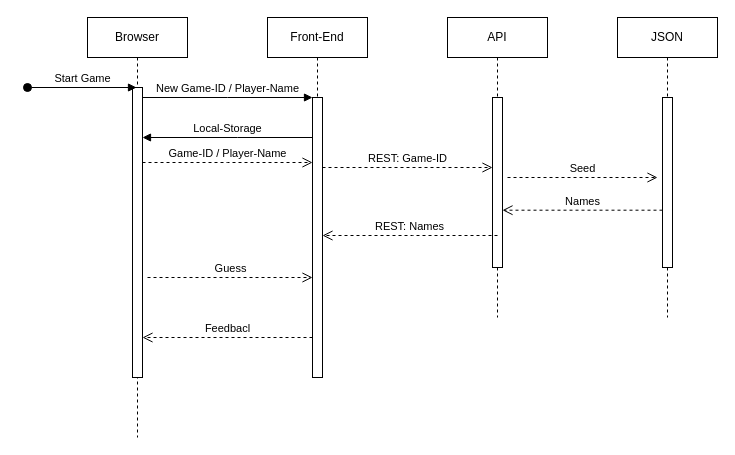
Earlier version of the draw.io diagram Sequenz Diagramm.drawio (studPe/WhoAmI). Source tidied: cells renumbered, new cells numbered last; positions are measured from the earlier drawing's top-left corner, leaving out a move shared by most shapes. Both pictures are drawn from the tidied source at 100%, with x=0, y=0 at pixel (27, 17).
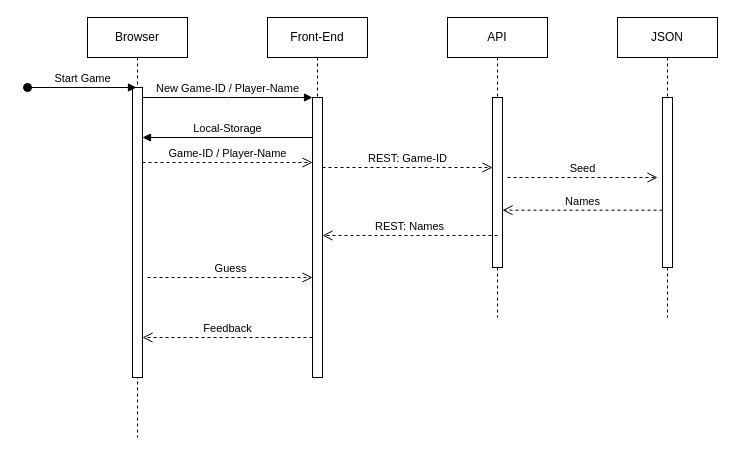
After the change.

Unchanged cells that the change refers to:
```xml
<mxCell id="6" style="html=1;points=[];perimeter=orthogonalPerimeter;outlineConnect=0;targetShapes=umlLifeline;portConstraint=eastwest;newEdgeStyle={&quot;edgeStyle&quot;:&quot;elbowEdgeStyle&quot;,&quot;elbow&quot;:&quot;vertical&quot;,&quot;curved&quot;:0,&quot;rounded&quot;:0};" parent="5" vertex="1">
  <mxGeometry x="45" y="80" width="10" height="280" as="geometry" />
</mxCell>
```

What changed in the source:
```diff
@@
-    <mxCell id="19" value="Feedbacl" style="html=1;verticalAlign=bottom;endArrow=open;dashed=1;endSize=8;edgeStyle=elbowEdgeStyle;elbow=vertical;curved=0;rounded=0;" parent="1" edge="1" source="6">
+    <mxCell id="19" value="Feedback" style="html=1;verticalAlign=bottom;endArrow=open;dashed=1;endSize=8;edgeStyle=elbowEdgeStyle;elbow=vertical;curved=0;rounded=0;" parent="1" edge="1" source="6">
       <mxGeometry relative="1" as="geometry">
         <mxPoint x="115" y="320" as="targetPoint" />
         <Array as="points">
           <mxPoint x="280" y="320" />
         </Array>
       </mxGeometry>
     </mxCell>
```
